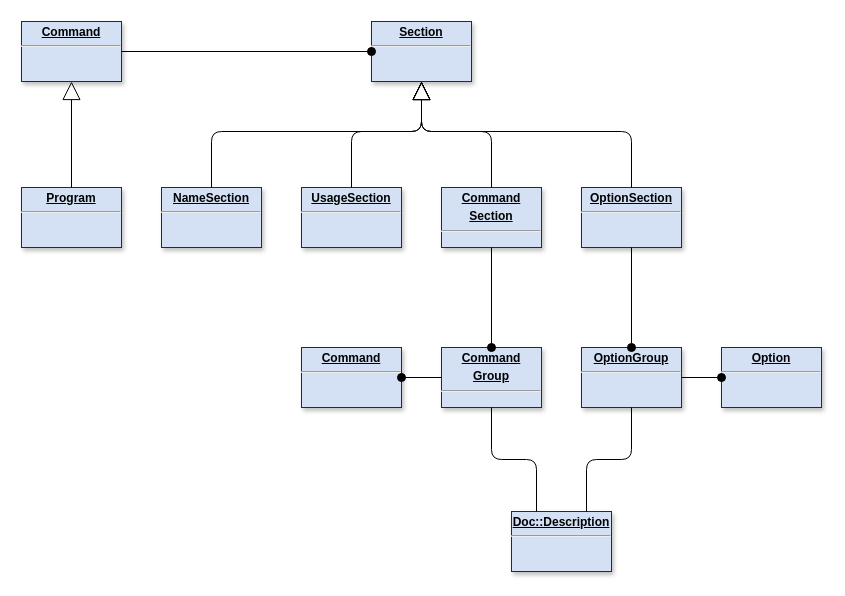
This is page "Document" (4 of 5) of doc/diagram.drawio from clrgit/shellopts, a draw.io file, before an edit. Source tidied: cells renumbered, new cells numbered last; positions are measured from the earlier drawing's top-left corner, leaving out a move shared by most shapes. Both pictures are drawn from the tidied source at 100%, with x=0, y=0 at pixel (21, 21).
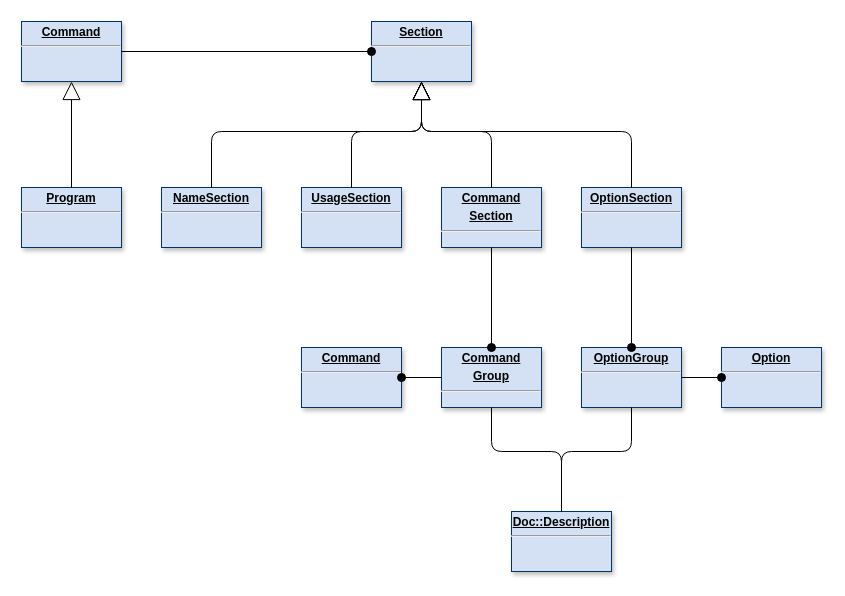
The same diagram, later.

Unchanged cells that the change refers to:
```xml
<mxCell id="4" value="&lt;p style=&quot;margin: 0px ; margin-top: 4px ; text-align: center ; text-decoration: underline&quot;&gt;&lt;b&gt;OptionGroup&lt;/b&gt;&lt;/p&gt;&lt;hr&gt;&lt;p style=&quot;margin: 0px ; margin-left: 8px&quot;&gt;&lt;br&gt;&lt;/p&gt;" style="verticalAlign=top;align=left;overflow=fill;fontSize=12;fontFamily=Helvetica;html=1;shadow=1;strokeColor=#003366;fillColor=#D4E1F5;" parent="1" vertex="1">
  <mxGeometry x="560" y="326" width="100" height="60" as="geometry" />
</mxCell>
<mxCell id="12" value="&lt;p style=&quot;margin: 0px ; margin-top: 4px ; text-align: center ; text-decoration: underline&quot;&gt;&lt;b&gt;Command&lt;/b&gt;&lt;/p&gt;&lt;p style=&quot;margin: 0px ; margin-top: 4px ; text-align: center ; text-decoration: underline&quot;&gt;&lt;b&gt;Group&lt;/b&gt;&lt;/p&gt;&lt;hr&gt;&lt;p style=&quot;margin: 0px ; margin-left: 8px&quot;&gt;&lt;br&gt;&lt;/p&gt;" style="verticalAlign=top;align=left;overflow=fill;fontSize=12;fontFamily=Helvetica;html=1;shadow=1;strokeColor=#003366;fillColor=#D4E1F5;" parent="1" vertex="1">
  <mxGeometry x="420" y="326" width="100" height="60" as="geometry" />
</mxCell>
<mxCell id="13" value="&lt;p style=&quot;margin: 0px ; margin-top: 4px ; text-align: center ; text-decoration: underline&quot;&gt;&lt;b&gt;Doc::Description&lt;/b&gt;&lt;/p&gt;&lt;hr&gt;&lt;p style=&quot;margin: 0px ; margin-left: 8px&quot;&gt;&lt;br&gt;&lt;/p&gt;" style="verticalAlign=top;align=left;overflow=fill;fontSize=12;fontFamily=Helvetica;html=1;shadow=1;strokeColor=#003366;fillColor=#D4E1F5;" parent="1" vertex="1">
  <mxGeometry x="490" y="490" width="100" height="60" as="geometry" />
</mxCell>
```

Change to the diagram source:
```diff
@@
-    <mxCell id="15" style="endArrow=none;endFill=0;endSize=12;html=1;edgeStyle=orthogonalEdgeStyle;fontSize=11;entryX=0.75;entryY=0;entryDx=0;entryDy=0;" parent="1" edge="1" source="4" target="13">
-      <mxGeometry relative="1" as="geometry" />
+    <mxCell id="15" style="endArrow=none;endFill=0;endSize=12;html=1;edgeStyle=orthogonalEdgeStyle;fontSize=11;" parent="1" edge="1" source="4">
+      <mxGeometry relative="1" as="geometry">
+        <mxPoint x="540" y="460" as="targetPoint" />
+        <Array as="points">
+          <mxPoint x="610" y="430" />
+          <mxPoint x="540" y="430" />
+        </Array>
+      </mxGeometry>
     </mxCell>
@@
-    <mxCell id="19" style="endArrow=none;endFill=0;endSize=12;html=1;edgeStyle=orthogonalEdgeStyle;fontSize=11;entryX=0.25;entryY=0;entryDx=0;entryDy=0;" parent="1" edge="1" source="12" target="13">
-      <mxGeometry relative="1" as="geometry" />
+    <mxCell id="19" style="endArrow=none;endFill=0;endSize=12;html=1;edgeStyle=orthogonalEdgeStyle;fontSize=11;" parent="1" edge="1" source="12" target="13">
+      <mxGeometry relative="1" as="geometry">
+        <Array as="points">
+          <mxPoint x="470" y="430" />
+          <mxPoint x="540" y="430" />
+        </Array>
+      </mxGeometry>
     </mxCell>
```
